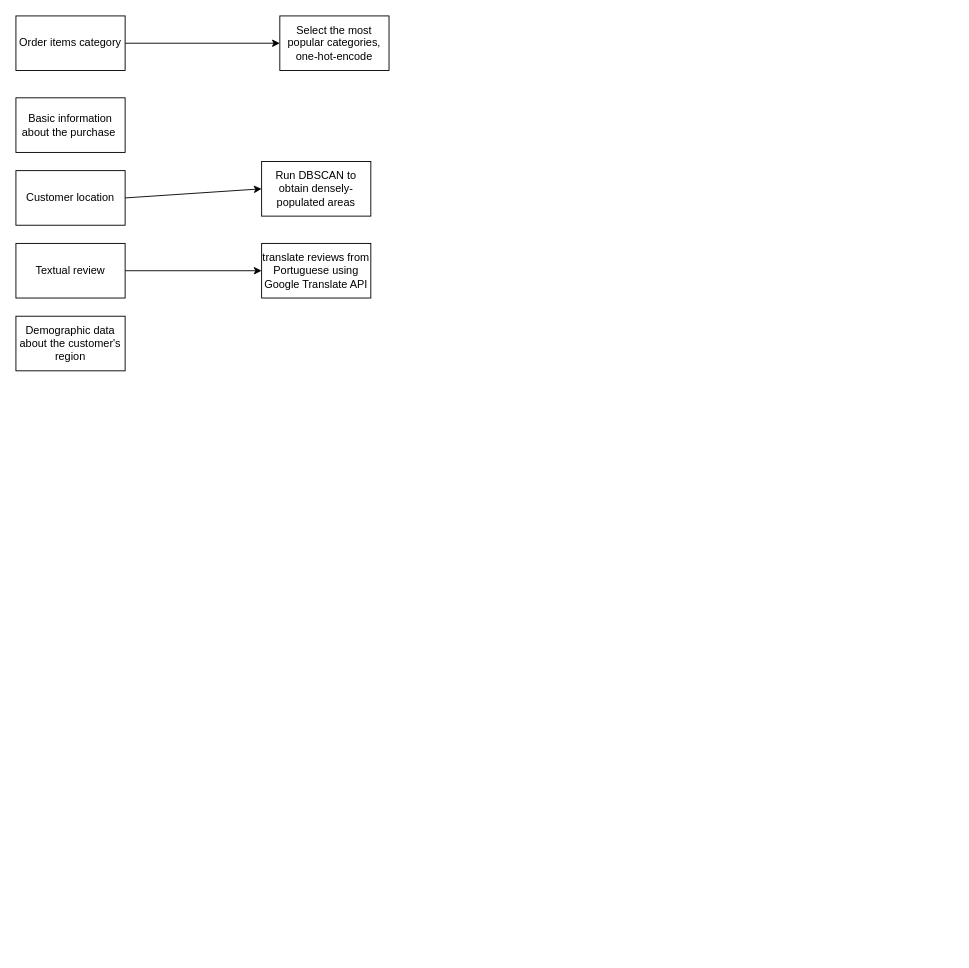
Above: thesis/resources/data_processing_diagram.drawio in kmatusz/mgr (draw.io), before the change. Source tidied: cells renumbered, new cells numbered last; positions are measured from the earlier drawing's top-left corner, leaving out a move shared by most shapes. Both pictures are drawn from the tidied source at 91%, with x=0, y=0 at pixel (15, 15).
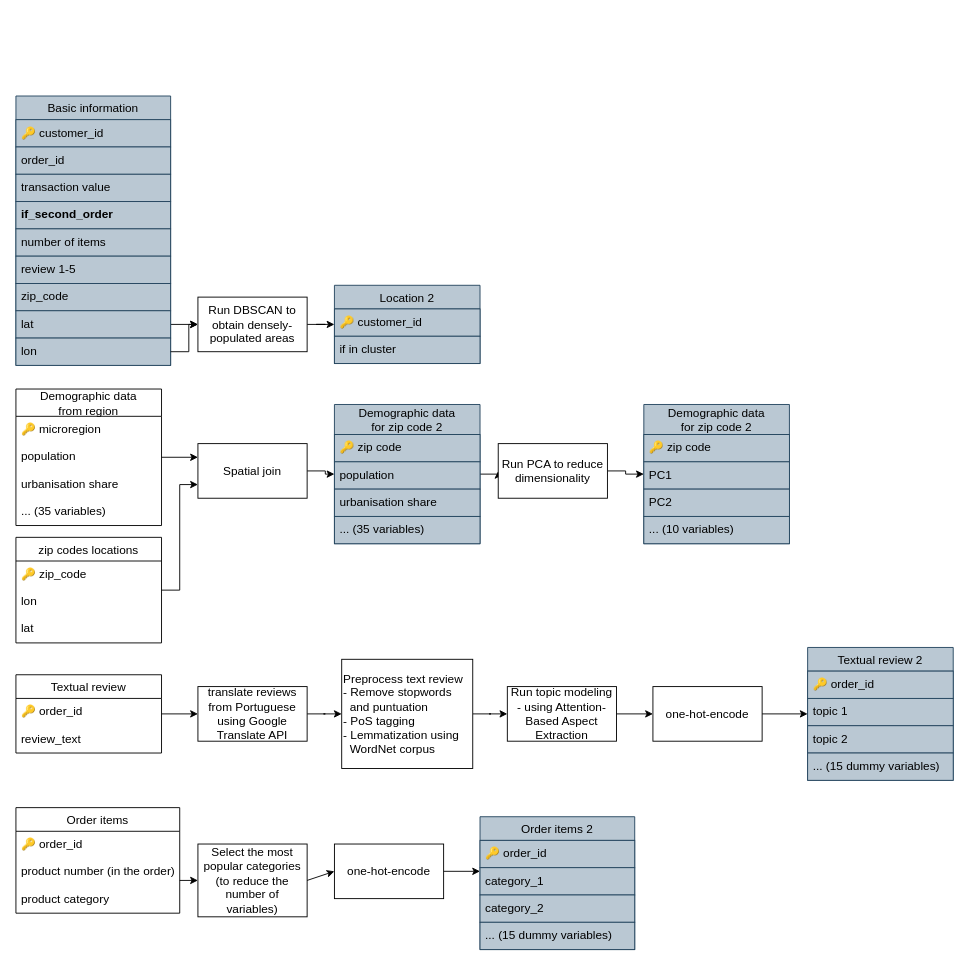
The same page after the edit.

Diff of the diagram source:
```diff
@@
-    <mxCell id="2" value="Order items category" style="rounded=0;whiteSpace=wrap;html=1;" parent="1" vertex="1">
-      <mxGeometry width="120" height="60" as="geometry" />
-    </mxCell>
-    <mxCell id="3" value="Basic information about the purchase&amp;nbsp;" style="rounded=0;whiteSpace=wrap;html=1;" parent="1" vertex="1">
-      <mxGeometry y="90" width="120" height="60" as="geometry" />
-    </mxCell>
-    <mxCell id="4" value="Customer location" style="rounded=0;whiteSpace=wrap;html=1;" parent="1" vertex="1">
-      <mxGeometry y="170" width="120" height="60" as="geometry" />
-    </mxCell>
-    <mxCell id="5" style="edgeStyle=orthogonalEdgeStyle;rounded=0;jettySize=auto;html=1;exitX=1;exitY=0.5;exitDx=0;exitDy=0;" parent="1" edge="1" source="6" target="12">
+    <mxCell id="5" style="edgeStyle=orthogonalEdgeStyle;rounded=0;jettySize=auto;html=1;fontSize=13;" parent="1" edge="1" source="6" target="12">
       <mxGeometry relative="1" as="geometry" />
     </mxCell>
-    <mxCell id="6" value="Textual review" style="rounded=0;whiteSpace=wrap;html=1;" parent="1" vertex="1">
-      <mxGeometry y="250" width="120" height="60" as="geometry" />
-    </mxCell>
-    <mxCell id="7" value="Demographic data about the customer's region" style="rounded=0;whiteSpace=wrap;html=1;" parent="1" vertex="1">
-      <mxGeometry y="330" width="120" height="60" as="geometry" />
-    </mxCell>
-    <mxCell id="8" value="Select the most popular categories, one-hot-encode" style="rounded=0;whiteSpace=wrap;html=1;" parent="1" vertex="1">
-      <mxGeometry x="290" width="120" height="60" as="geometry" />
+    <mxCell id="8" value="Select the most popular categories (to reduce the number of variables)" style="rounded=0;whiteSpace=wrap;html=1;fontSize=13;" parent="1" vertex="1">
+      <mxGeometry x="200" y="910" width="120" height="80" as="geometry" />
     </mxCell>
-    <mxCell id="9" style="endArrow=classic;html=1;exitX=1;exitY=0.5;exitDx=0;exitDy=0;entryX=0;entryY=0.5;entryDx=0;entryDy=0;" parent="1" edge="1" source="2" target="8">
+    <mxCell id="9" style="endArrow=classic;html=1;entryX=0;entryY=0.5;entryDx=0;entryDy=0;noEdgeStyle=1;orthogonal=1;fontSize=13;" parent="1" edge="1" source="15" target="8">
       <mxGeometry relative="1" as="geometry" />
     </mxCell>
+    <mxCell id="13" style="edgeStyle=orthogonalEdgeStyle;rounded=0;jettySize=auto;html=1;exitX=1;exitY=0.5;exitDx=0;exitDy=0;fontSize=13;" parent="1" edge="1" source="10" target="53">
+      <mxGeometry relative="1" as="geometry" />
+    </mxCell>
-    <mxCell id="10" value="Run DBSCAN to obtain densely-populated areas" style="rounded=0;whiteSpace=wrap;html=1;" parent="1" vertex="1">
-      <mxGeometry x="270" y="160" width="120" height="60" as="geometry" />
+    <mxCell id="10" value="Run DBSCAN to obtain densely-populated areas" style="rounded=0;whiteSpace=wrap;html=1;fontSize=13;" parent="1" vertex="1">
+      <mxGeometry x="200" y="309" width="120" height="60" as="geometry" />
     </mxCell>
-    <mxCell id="11" style="endArrow=classic;html=1;exitX=1;exitY=0.5;exitDx=0;exitDy=0;entryX=0;entryY=0.5;entryDx=0;entryDy=0;" parent="1" edge="1" source="4" target="10">
+    <mxCell id="11" style="endArrow=classic;html=1;exitX=1;exitY=0.5;exitDx=0;exitDy=0;entryX=0;entryY=0.5;entryDx=0;entryDy=0;fontSize=13;" parent="1" edge="1" source="35" target="10">
       <mxGeometry relative="1" as="geometry" />
     </mxCell>
+    <mxCell id="14" style="edgeStyle=orthogonalEdgeStyle;rounded=0;jettySize=auto;html=1;fontSize=13;" parent="1" edge="1" source="12" target="78">
+      <mxGeometry relative="1" as="geometry" />
+    </mxCell>
-    <mxCell id="12" value="translate reviews from Portuguese using Google Translate API" style="rounded=0;whiteSpace=wrap;html=1;" parent="1" vertex="1">
-      <mxGeometry x="270" y="250" width="120" height="60" as="geometry" />
+    <mxCell id="12" value="translate reviews from Portuguese using Google Translate API" style="rounded=0;whiteSpace=wrap;html=1;fontSize=13;" parent="1" vertex="1">
+      <mxGeometry x="200" y="737" width="120" height="60" as="geometry" />
     </mxCell>
+    <mxCell id="15" value="Order items" style="swimlane;fontStyle=0;horizontal=1;startSize=26;align=center;fontSize=13;" parent="1" vertex="1">
+      <mxGeometry y="870" width="180" height="116" as="geometry" />
+    </mxCell>
+    <mxCell id="16" value="🔑 order_id" style="text;strokeColor=none;fillColor=none;spacingLeft=4;spacingRight=4;overflow=hidden;fontSize=13;" parent="15" vertex="1">
+      <mxGeometry y="26" width="180" height="30" as="geometry" />
+    </mxCell>
+    <mxCell id="17" value="product number (in the order)" style="text;strokeColor=none;fillColor=none;spacingLeft=4;spacingRight=4;overflow=hidden;fontSize=13;" parent="15" vertex="1">
+      <mxGeometry y="56" width="180" height="30" as="geometry" />
+    </mxCell>
+    <mxCell id="18" value="product category" style="text;strokeColor=none;fillColor=none;spacingLeft=4;spacingRight=4;overflow=hidden;fontSize=13;" parent="15" vertex="1">
+      <mxGeometry y="86" width="180" height="30" as="geometry" />
+    </mxCell>
+    <mxCell id="19" value="&lt;span style=&quot;font-size: 13px;&quot;&gt;one-hot-encode&lt;/span&gt;" style="rounded=0;whiteSpace=wrap;html=1;fontSize=13;" parent="1" vertex="1">
+      <mxGeometry x="350" y="910" width="120" height="60" as="geometry" />
+    </mxCell>
+    <mxCell id="20" style="endArrow=classic;html=1;exitX=1;exitY=0.5;exitDx=0;exitDy=0;entryX=0;entryY=0.5;entryDx=0;entryDy=0;noEdgeStyle=1;orthogonal=1;fontSize=13;" parent="1" edge="1" source="8" target="19">
+      <mxGeometry relative="1" as="geometry" />
+    </mxCell>
+    <mxCell id="21" value="Order items 2" style="swimlane;fontStyle=0;horizontal=1;startSize=26;align=center;fontSize=13;fillColor=#bac8d3;strokeColor=#23445d;" parent="1" vertex="1">
+      <mxGeometry x="510" y="880" width="170" height="146" as="geometry" />
+    </mxCell>
+    <mxCell id="22" value="🔑 order_id" style="text;strokeColor=#23445d;fillColor=#bac8d3;spacingLeft=4;spacingRight=4;overflow=hidden;fontSize=13;" parent="21" vertex="1">
+      <mxGeometry y="26" width="170" height="30" as="geometry" />
+    </mxCell>
+    <mxCell id="23" value="category_1" style="text;strokeColor=#23445d;fillColor=#bac8d3;spacingLeft=4;spacingRight=4;overflow=hidden;fontSize=13;" parent="21" vertex="1">
+      <mxGeometry y="56" width="170" height="30" as="geometry" />
+    </mxCell>
+    <mxCell id="24" value="category_2" style="text;strokeColor=#23445d;fillColor=#bac8d3;spacingLeft=4;spacingRight=4;overflow=hidden;fontSize=13;" parent="21" vertex="1">
+      <mxGeometry y="86" width="170" height="30" as="geometry" />
+    </mxCell>
+    <mxCell id="25" value="... (15 dummy variables)" style="text;strokeColor=#23445d;fillColor=#bac8d3;spacingLeft=4;spacingRight=4;overflow=hidden;fontSize=13;" parent="21" vertex="1">
+      <mxGeometry y="116" width="170" height="30" as="geometry" />
+    </mxCell>
+    <mxCell id="26" style="endArrow=classic;html=1;exitX=1;exitY=0.5;exitDx=0;exitDy=0;noEdgeStyle=1;orthogonal=1;fontSize=13;" parent="1" edge="1" source="19" target="21">
+      <mxGeometry relative="1" as="geometry" />
+    </mxCell>
+    <mxCell id="27" value="Basic information" style="swimlane;fontStyle=0;horizontal=1;startSize=26;align=center;fontSize=13;spacing=2;fillColor=#bac8d3;strokeColor=#23445d;" parent="1" vertex="1">
+      <mxGeometry y="88" width="170" height="296" as="geometry" />
+    </mxCell>
+    <mxCell id="28" value="🔑 customer_id" style="text;strokeColor=#23445d;fillColor=#bac8d3;spacingLeft=4;spacingRight=4;overflow=hidden;fontSize=13;" parent="27" vertex="1">
+      <mxGeometry y="26" width="170" height="30" as="geometry" />
+    </mxCell>
+    <mxCell id="29" value="order_id" style="text;strokeColor=#23445d;fillColor=#bac8d3;spacingLeft=4;spacingRight=4;overflow=hidden;fontSize=13;" parent="27" vertex="1">
+      <mxGeometry y="56" width="170" height="30" as="geometry" />
+    </mxCell>
+    <mxCell id="30" value="transaction value" style="text;strokeColor=#23445d;fillColor=#bac8d3;spacingLeft=4;spacingRight=4;overflow=hidden;fontSize=13;" parent="27" vertex="1">
+      <mxGeometry y="86" width="170" height="30" as="geometry" />
+    </mxCell>
+    <mxCell id="31" value="if_second_order" style="text;strokeColor=#23445d;fillColor=#bac8d3;spacingLeft=4;spacingRight=4;overflow=hidden;fontSize=13;fontStyle=1;" parent="27" vertex="1">
+      <mxGeometry y="116" width="170" height="30" as="geometry" />
+    </mxCell>
+    <mxCell id="32" value="number of items" style="text;strokeColor=#23445d;fillColor=#bac8d3;spacingLeft=4;spacingRight=4;overflow=hidden;fontSize=13;" parent="27" vertex="1">
+      <mxGeometry y="146" width="170" height="30" as="geometry" />
+    </mxCell>
+    <mxCell id="33" value="review 1-5" style="text;strokeColor=#23445d;fillColor=#bac8d3;spacingLeft=4;spacingRight=4;overflow=hidden;fontSize=13;" parent="27" vertex="1">
+      <mxGeometry y="176" width="170" height="30" as="geometry" />
+    </mxCell>
+    <mxCell id="34" value="zip_code" style="text;strokeColor=#23445d;fillColor=#bac8d3;spacingLeft=4;spacingRight=4;overflow=hidden;fontSize=13;" parent="27" vertex="1">
+      <mxGeometry y="206" width="170" height="30" as="geometry" />
+    </mxCell>
+    <mxCell id="35" value="lat" style="text;strokeColor=#23445d;fillColor=#bac8d3;spacingLeft=4;spacingRight=4;overflow=hidden;points=[[0,0.5],[1,0.5]];portConstraint=eastwest;fontSize=13;" parent="27" vertex="1">
+      <mxGeometry y="236" width="170" height="30" as="geometry" />
+    </mxCell>
+    <mxCell id="36" value="lon" style="text;strokeColor=#23445d;fillColor=#bac8d3;spacingLeft=4;spacingRight=4;overflow=hidden;points=[[0,0.5],[1,0.5]];portConstraint=eastwest;fontSize=13;" parent="27" vertex="1">
+      <mxGeometry y="266" width="170" height="30" as="geometry" />
+    </mxCell>
+    <mxCell id="37" style="edgeStyle=orthogonalEdgeStyle;rounded=0;jettySize=auto;html=1;entryX=0;entryY=0.75;entryDx=0;entryDy=0;fontSize=13;" parent="1" edge="1" source="38" target="63">
+      <mxGeometry relative="1" as="geometry" />
+    </mxCell>
+    <mxCell id="38" value="zip codes locations" style="swimlane;fontStyle=0;horizontal=1;startSize=26;align=center;fontSize=13;" parent="1" vertex="1">
+      <mxGeometry y="573" width="160" height="116" as="geometry" />
+    </mxCell>
+    <mxCell id="39" value="🔑 zip_code" style="text;strokeColor=none;fillColor=none;spacingLeft=4;spacingRight=4;overflow=hidden;fontSize=13;" parent="38" vertex="1">
+      <mxGeometry y="26" width="160" height="30" as="geometry" />
+    </mxCell>
+    <mxCell id="40" value="lon" style="text;strokeColor=none;fillColor=none;spacingLeft=4;spacingRight=4;overflow=hidden;fontSize=13;" parent="38" vertex="1">
+      <mxGeometry y="56" width="160" height="30" as="geometry" />
+    </mxCell>
+    <mxCell id="41" value="lat" style="text;strokeColor=none;fillColor=none;spacingLeft=4;spacingRight=4;overflow=hidden;fontSize=13;" parent="38" vertex="1">
+      <mxGeometry y="86" width="160" height="30" as="geometry" />
+    </mxCell>
+    <mxCell id="6" value="Textual review" style="swimlane;fontStyle=0;horizontal=1;startSize=26;align=center;fontSize=13;" parent="1" vertex="1">
+      <mxGeometry y="724" width="160" height="86" as="geometry" />
+    </mxCell>
+    <mxCell id="42" value="🔑 order_id" style="text;strokeColor=none;fillColor=none;spacingLeft=4;spacingRight=4;overflow=hidden;fontSize=13;" parent="6" vertex="1">
+      <mxGeometry y="26" width="160" height="30" as="geometry" />
+    </mxCell>
+    <mxCell id="43" value="review_text" style="text;strokeColor=none;fillColor=none;spacingLeft=4;spacingRight=4;overflow=hidden;fontSize=13;" parent="6" vertex="1">
+      <mxGeometry y="56" width="160" height="30" as="geometry" />
+    </mxCell>
+    <mxCell id="44" style="edgeStyle=orthogonalEdgeStyle;rounded=0;jettySize=auto;html=1;entryX=0;entryY=0.5;entryDx=0;entryDy=0;fontSize=13;" parent="1" edge="1" source="45" target="46">
+      <mxGeometry relative="1" as="geometry" />
+    </mxCell>
+    <mxCell id="45" value="Run topic modeling - using Attention-Based Aspect Extraction" style="rounded=0;whiteSpace=wrap;html=1;fontSize=13;" parent="1" vertex="1">
+      <mxGeometry x="540" y="737" width="120" height="60" as="geometry" />
+    </mxCell>
+    <mxCell id="46" value="&lt;span style=&quot;font-size: 13px;&quot;&gt;one-hot-encode&lt;/span&gt;" style="rounded=0;whiteSpace=wrap;html=1;fontSize=13;" parent="1" vertex="1">
+      <mxGeometry x="700" y="737" width="120" height="60" as="geometry" />
+    </mxCell>
+    <mxCell id="47" value="Textual review 2" style="swimlane;fontStyle=0;horizontal=1;startSize=26;align=center;fontSize=13;fillColor=#bac8d3;strokeColor=#23445d;" parent="1" vertex="1">
+      <mxGeometry x="870" y="694" width="160" height="146" as="geometry" />
+    </mxCell>
+    <mxCell id="48" value="🔑 order_id" style="text;strokeColor=#23445d;fillColor=#bac8d3;spacingLeft=4;spacingRight=4;overflow=hidden;fontSize=13;" parent="47" vertex="1">
+      <mxGeometry y="26" width="160" height="30" as="geometry" />
+    </mxCell>
+    <mxCell id="49" value="topic 1" style="text;strokeColor=#23445d;fillColor=#bac8d3;spacingLeft=4;spacingRight=4;overflow=hidden;fontSize=13;" parent="47" vertex="1">
+      <mxGeometry y="56" width="160" height="30" as="geometry" />
+    </mxCell>
+    <mxCell id="50" value="topic 2" style="text;strokeColor=#23445d;fillColor=#bac8d3;spacingLeft=4;spacingRight=4;overflow=hidden;fontSize=13;" parent="47" vertex="1">
+      <mxGeometry y="86" width="160" height="30" as="geometry" />
+    </mxCell>
+    <mxCell id="51" value="... (15 dummy variables)" style="text;strokeColor=#23445d;fillColor=#bac8d3;spacingLeft=4;spacingRight=4;overflow=hidden;fontSize=13;" parent="47" vertex="1">
+      <mxGeometry y="116" width="160" height="30" as="geometry" />
+    </mxCell>
+    <mxCell id="52" style="endArrow=classic;html=1;fontSize=13;" parent="1" edge="1" source="46" target="47">
+      <mxGeometry relative="1" as="geometry" />
+    </mxCell>
+    <mxCell id="53" value="Location 2" style="swimlane;fontStyle=0;horizontal=1;startSize=26;align=center;fontSize=13;fillColor=#bac8d3;strokeColor=#23445d;" parent="1" vertex="1">
+      <mxGeometry x="350" y="296" width="160" height="86" as="geometry" />
+    </mxCell>
+    <mxCell id="54" value="🔑 customer_id" style="text;strokeColor=#23445d;fillColor=#bac8d3;spacingLeft=4;spacingRight=4;overflow=hidden;fontSize=13;" parent="53" vertex="1">
+      <mxGeometry y="26" width="160" height="30" as="geometry" />
+    </mxCell>
+    <mxCell id="55" value="if in cluster" style="text;strokeColor=#23445d;fillColor=#bac8d3;spacingLeft=4;spacingRight=4;overflow=hidden;fontSize=13;" parent="53" vertex="1">
+      <mxGeometry y="56" width="160" height="30" as="geometry" />
+    </mxCell>
+    <mxCell id="56" style="edgeStyle=orthogonalEdgeStyle;rounded=0;jettySize=auto;html=1;entryX=0;entryY=0.25;entryDx=0;entryDy=0;fontSize=13;" parent="1" edge="1" source="57" target="63">
+      <mxGeometry relative="1" as="geometry" />
+    </mxCell>
+    <mxCell id="57" value="Demographic data &#10;from region" style="swimlane;fontStyle=0;horizontal=1;startSize=30;align=center;fontSize=13;" parent="1" vertex="1">
+      <mxGeometry y="410" width="160" height="150" as="geometry" />
+    </mxCell>
+    <mxCell id="58" value="🔑 microregion" style="text;strokeColor=none;fillColor=none;spacingLeft=4;spacingRight=4;overflow=hidden;fontSize=13;" parent="57" vertex="1">
+      <mxGeometry y="30" width="160" height="30" as="geometry" />
+    </mxCell>
+    <mxCell id="59" value="population" style="text;strokeColor=none;fillColor=none;spacingLeft=4;spacingRight=4;overflow=hidden;fontSize=13;" parent="57" vertex="1">
+      <mxGeometry y="60" width="160" height="30" as="geometry" />
+    </mxCell>
+    <mxCell id="60" value="urbanisation share" style="text;strokeColor=none;fillColor=none;spacingLeft=4;spacingRight=4;overflow=hidden;fontSize=13;" parent="57" vertex="1">
+      <mxGeometry y="90" width="160" height="30" as="geometry" />
+    </mxCell>
+    <mxCell id="61" value="... (35 variables)" style="text;strokeColor=none;fillColor=none;spacingLeft=4;spacingRight=4;overflow=hidden;fontSize=13;" parent="57" vertex="1">
+      <mxGeometry y="120" width="160" height="30" as="geometry" />
+    </mxCell>
+    <mxCell id="62" style="edgeStyle=orthogonalEdgeStyle;rounded=0;jettySize=auto;html=1;fontSize=13;" parent="1" edge="1" source="63" target="65">
+      <mxGeometry relative="1" as="geometry" />
+    </mxCell>
+    <mxCell id="63" value="Spatial join" style="rounded=0;whiteSpace=wrap;html=1;fontSize=13;" parent="1" vertex="1">
+      <mxGeometry x="200" y="470" width="120" height="60" as="geometry" />
+    </mxCell>
+    <mxCell id="64" style="edgeStyle=orthogonalEdgeStyle;rounded=0;jettySize=auto;html=1;fontSize=13;" parent="1" edge="1" source="65" target="76">
+      <mxGeometry relative="1" as="geometry" />
+    </mxCell>
+    <mxCell id="65" value="Demographic data &#10;for zip code 2" style="swimlane;fontStyle=0;horizontal=1;startSize=33;align=center;fontSize=13;fillColor=#bac8d3;strokeColor=#23445d;" parent="1" vertex="1">
+      <mxGeometry x="350" y="427" width="160" height="153" as="geometry" />
+    </mxCell>
+    <mxCell id="66" value="🔑 zip code" style="text;strokeColor=#23445d;fillColor=#bac8d3;spacingLeft=4;spacingRight=4;overflow=hidden;fontSize=13;" parent="65" vertex="1">
+      <mxGeometry y="33" width="160" height="30" as="geometry" />
+    </mxCell>
+    <mxCell id="67" value="population" style="text;strokeColor=#23445d;fillColor=#bac8d3;spacingLeft=4;spacingRight=4;overflow=hidden;fontSize=13;" parent="65" vertex="1">
+      <mxGeometry y="63" width="160" height="30" as="geometry" />
+    </mxCell>
+    <mxCell id="68" value="urbanisation share" style="text;strokeColor=#23445d;fillColor=#bac8d3;spacingLeft=4;spacingRight=4;overflow=hidden;fontSize=13;" parent="65" vertex="1">
+      <mxGeometry y="93" width="160" height="30" as="geometry" />
+    </mxCell>
+    <mxCell id="69" value="... (35 variables)" style="text;strokeColor=#23445d;fillColor=#bac8d3;spacingLeft=4;spacingRight=4;overflow=hidden;fontSize=13;" parent="65" vertex="1">
+      <mxGeometry y="123" width="160" height="30" as="geometry" />
+    </mxCell>
+    <mxCell id="70" value="Demographic data &#10;for zip code 2" style="swimlane;fontStyle=0;horizontal=1;startSize=33;align=center;fontSize=13;fillColor=#bac8d3;strokeColor=#23445d;" parent="1" vertex="1">
+      <mxGeometry x="690" y="427" width="160" height="153" as="geometry" />
+    </mxCell>
+    <mxCell id="71" value="🔑 zip code" style="text;strokeColor=#23445d;fillColor=#bac8d3;spacingLeft=4;spacingRight=4;overflow=hidden;fontSize=13;" parent="70" vertex="1">
+      <mxGeometry y="33" width="160" height="30" as="geometry" />
+    </mxCell>
+    <mxCell id="72" value="PC1" style="text;strokeColor=#23445d;fillColor=#bac8d3;spacingLeft=4;spacingRight=4;overflow=hidden;fontSize=13;" parent="70" vertex="1">
+      <mxGeometry y="63" width="160" height="30" as="geometry" />
+    </mxCell>
+    <mxCell id="73" value="PC2" style="text;strokeColor=#23445d;fillColor=#bac8d3;spacingLeft=4;spacingRight=4;overflow=hidden;fontSize=13;" parent="70" vertex="1">
+      <mxGeometry y="93" width="160" height="30" as="geometry" />
+    </mxCell>
+    <mxCell id="74" value="... (10 variables)" style="text;strokeColor=#23445d;fillColor=#bac8d3;spacingLeft=4;spacingRight=4;overflow=hidden;fontSize=13;" parent="70" vertex="1">
+      <mxGeometry y="123" width="160" height="30" as="geometry" />
+    </mxCell>
+    <mxCell id="75" style="edgeStyle=orthogonalEdgeStyle;rounded=0;jettySize=auto;html=1;fontSize=13;" parent="1" edge="1" source="76" target="70">
+      <mxGeometry relative="1" as="geometry" />
+    </mxCell>
+    <mxCell id="76" value="Run PCA to reduce dimensionality" style="rounded=0;whiteSpace=wrap;html=1;fontSize=13;" parent="1" vertex="1">
+      <mxGeometry x="530" y="470" width="120" height="60" as="geometry" />
+    </mxCell>
+    <mxCell id="77" style="edgeStyle=orthogonalEdgeStyle;rounded=0;jettySize=auto;html=1;fontSize=13;" parent="1" edge="1" source="78" target="45">
+      <mxGeometry relative="1" as="geometry" />
+    </mxCell>
+    <mxCell id="78" value="&lt;span&gt;Preprocess text review&lt;br&gt;&lt;/span&gt;&lt;span&gt;- Remove stopwords&amp;nbsp; &amp;nbsp; &amp;nbsp; &amp;nbsp; and puntuation&lt;/span&gt;&lt;span&gt;&lt;br&gt;&lt;/span&gt;&lt;span&gt;- PoS tagging&lt;/span&gt;&lt;span&gt;&lt;br&gt;&lt;/span&gt;&lt;span&gt;- Lemmatization using&amp;nbsp; &amp;nbsp; &amp;nbsp; WordNet corpus&lt;/span&gt;&lt;span&gt;&lt;br&gt;&lt;/span&gt;" style="rounded=0;whiteSpace=wrap;html=1;fontSize=13;align=left;" parent="1" vertex="1">
+      <mxGeometry x="358" y="707" width="144" height="120" as="geometry" />
+    </mxCell>
+    <mxCell id="79" style="edgeStyle=orthogonalEdgeStyle;rounded=0;jettySize=auto;html=1;fontSize=13;" parent="1" edge="1" source="36" target="10">
+      <mxGeometry relative="1" as="geometry" />
+    </mxCell>
```
